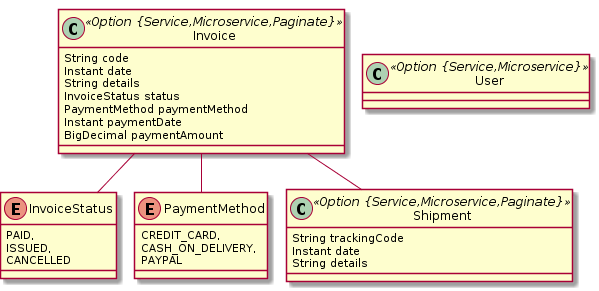
This is invoice/invoice.png from xebialabs/e-commerce-microservice, a PlantUML export, as it was before one commit.
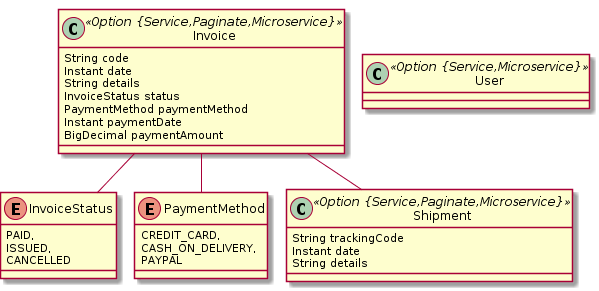
The same file after the commit.

Change to the diagram source:
```diff
@@ -1,7 +1,7 @@
 @startuml
 	!pragma graphviz_dot jdot
 	!pragma syntax class
-	class Invoice <<Option {Service,Microservice,Paginate}>> {
+	class Invoice <<Option {Service,Paginate,Microservice}>> {
 		String code
 		Instant date
 		String details
@@ -17,7 +17,7 @@
 		ISSUED,
 		CANCELLED
 	}
-	class Shipment <<Option {Service,Microservice,Paginate}>> {
+	class Shipment <<Option {Service,Paginate,Microservice}>> {
 		String trackingCode
 		Instant date
 		String details
```
